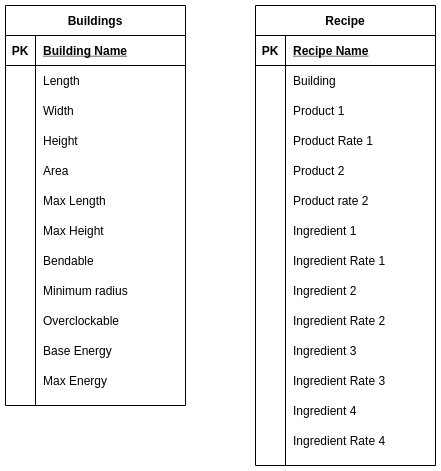
supratikchatterjee16/satisfactory-notebook keeps this draw.io diagram as concepts/raw_data.png. Above is the earlier version. Source tidied: cells renumbered, new cells last; positions are measured from the earlier drawing's top-left corner, leaving out a move shared by most shapes.
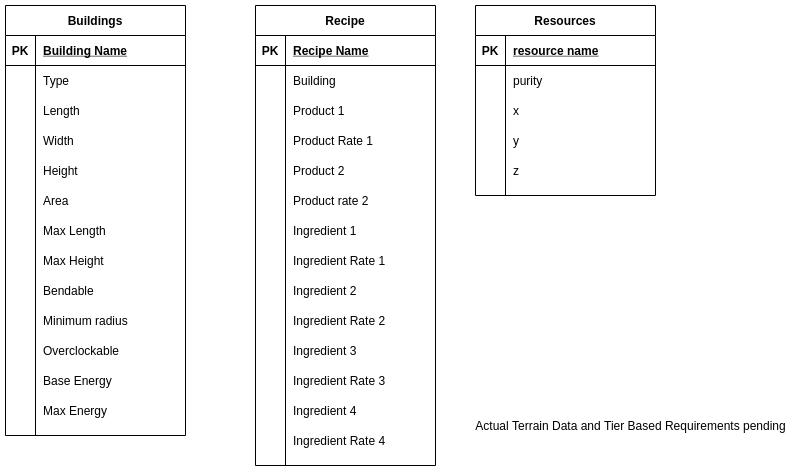
The same diagram one commit later.

Commit message:
Data directory fixes

Change to the diagram source:
```diff
@@ -132,7 +132,7 @@
       <mxGeometry x="30" width="150" height="30" as="geometry" />
     </mxCell>
     <mxCell id="45" value="Buildings" style="shape=table;startSize=30;rowLines=0;fontStyle=1;align=center;" parent="1" vertex="1">
-      <mxGeometry width="180" height="400" as="geometry" />
+      <mxGeometry width="180" height="430" as="geometry" />
     </mxCell>
     <mxCell id="46" style="shape=partialRectangle;fillColor=none;top=0;left=0;bottom=1;right=0;" parent="45" vertex="1">
       <mxGeometry y="30" width="180" height="30" as="geometry" />
@@ -143,8 +143,17 @@
     <mxCell id="48" value="Building Name" style="shape=partialRectangle;fillColor=none;top=0;left=0;bottom=0;right=0;align=left;spacingLeft=6;fontStyle=5;overflow=hidden;" parent="46" vertex="1">
       <mxGeometry x="30" width="150" height="30" as="geometry" />
     </mxCell>
+    <mxCell id="82" style="shape=partialRectangle;fillColor=none;top=0;left=0;bottom=0;right=0;" parent="45" vertex="1">
+      <mxGeometry y="60" width="180" height="30" as="geometry" />
+    </mxCell>
+    <mxCell id="83" style="shape=partialRectangle;fillColor=none;top=0;left=0;bottom=0;right=0;fontStyle=0;overflow=hidden;" parent="82" vertex="1">
+      <mxGeometry width="30" height="30" as="geometry" />
+    </mxCell>
+    <mxCell id="84" value="Type" style="shape=partialRectangle;fillColor=none;top=0;left=0;bottom=0;right=0;align=left;spacingLeft=6;fontStyle=0;overflow=hidden;" parent="82" vertex="1">
+      <mxGeometry x="30" width="150" height="30" as="geometry" />
+    </mxCell>
     <mxCell id="49" style="shape=partialRectangle;fillColor=none;top=0;left=0;bottom=0;right=0;" parent="45" vertex="1">
-      <mxGeometry y="60" width="180" height="30" as="geometry" />
+      <mxGeometry y="90" width="180" height="30" as="geometry" />
     </mxCell>
     <mxCell id="50" style="shape=partialRectangle;fillColor=none;top=0;left=0;bottom=0;right=0;overflow=hidden;" parent="49" vertex="1">
       <mxGeometry width="30" height="30" as="geometry" />
@@ -153,7 +162,7 @@
       <mxGeometry x="30" width="150" height="30" as="geometry" />
     </mxCell>
     <mxCell id="52" style="shape=partialRectangle;fillColor=none;top=0;left=0;bottom=0;right=0;" parent="45" vertex="1">
-      <mxGeometry y="90" width="180" height="30" as="geometry" />
+      <mxGeometry y="120" width="180" height="30" as="geometry" />
     </mxCell>
     <mxCell id="53" style="shape=partialRectangle;fillColor=none;top=0;left=0;bottom=0;right=0;overflow=hidden;" parent="52" vertex="1">
       <mxGeometry width="30" height="30" as="geometry" />
@@ -162,7 +171,7 @@
       <mxGeometry x="30" width="150" height="30" as="geometry" />
     </mxCell>
     <mxCell id="55" style="shape=partialRectangle;fillColor=none;top=0;left=0;bottom=0;right=0;" parent="45" vertex="1">
-      <mxGeometry y="120" width="180" height="30" as="geometry" />
+      <mxGeometry y="150" width="180" height="30" as="geometry" />
     </mxCell>
     <mxCell id="56" style="shape=partialRectangle;fillColor=none;top=0;left=0;bottom=0;right=0;overflow=hidden;" parent="55" vertex="1">
       <mxGeometry width="30" height="30" as="geometry" />
@@ -171,7 +180,7 @@
       <mxGeometry x="30" width="150" height="30" as="geometry" />
     </mxCell>
     <mxCell id="58" style="shape=partialRectangle;fillColor=none;top=0;left=0;bottom=0;right=0;" parent="45" vertex="1">
-      <mxGeometry y="150" width="180" height="30" as="geometry" />
+      <mxGeometry y="180" width="180" height="30" as="geometry" />
     </mxCell>
     <mxCell id="59" style="shape=partialRectangle;fillColor=none;top=0;left=0;bottom=0;right=0;overflow=hidden;" parent="58" vertex="1">
       <mxGeometry width="30" height="30" as="geometry" />
@@ -180,7 +189,7 @@
       <mxGeometry x="30" width="150" height="30" as="geometry" />
     </mxCell>
     <mxCell id="61" style="shape=partialRectangle;fillColor=none;top=0;left=0;bottom=0;right=0;" parent="45" vertex="1">
-      <mxGeometry y="180" width="180" height="30" as="geometry" />
+      <mxGeometry y="210" width="180" height="30" as="geometry" />
     </mxCell>
     <mxCell id="62" style="shape=partialRectangle;fillColor=none;top=0;left=0;bottom=0;right=0;overflow=hidden;" parent="61" vertex="1">
       <mxGeometry width="30" height="30" as="geometry" />
@@ -189,7 +198,7 @@
       <mxGeometry x="30" width="150" height="30" as="geometry" />
     </mxCell>
     <mxCell id="64" style="shape=partialRectangle;fillColor=none;top=0;left=0;bottom=0;right=0;" parent="45" vertex="1">
-      <mxGeometry y="210" width="180" height="30" as="geometry" />
+      <mxGeometry y="240" width="180" height="30" as="geometry" />
     </mxCell>
     <mxCell id="65" style="shape=partialRectangle;fillColor=none;top=0;left=0;bottom=0;right=0;overflow=hidden;" parent="64" vertex="1">
       <mxGeometry width="30" height="30" as="geometry" />
@@ -198,7 +207,7 @@
       <mxGeometry x="30" width="150" height="30" as="geometry" />
     </mxCell>
     <mxCell id="67" style="shape=partialRectangle;fillColor=none;top=0;left=0;bottom=0;right=0;" parent="45" vertex="1">
-      <mxGeometry y="240" width="180" height="30" as="geometry" />
+      <mxGeometry y="270" width="180" height="30" as="geometry" />
     </mxCell>
     <mxCell id="68" style="shape=partialRectangle;fillColor=none;top=0;left=0;bottom=0;right=0;overflow=hidden;" parent="67" vertex="1">
       <mxGeometry width="30" height="30" as="geometry" />
@@ -207,7 +216,7 @@
       <mxGeometry x="30" width="150" height="30" as="geometry" />
     </mxCell>
     <mxCell id="70" style="shape=partialRectangle;fillColor=none;top=0;left=0;bottom=0;right=0;" parent="45" vertex="1">
-      <mxGeometry y="270" width="180" height="30" as="geometry" />
+      <mxGeometry y="300" width="180" height="30" as="geometry" />
     </mxCell>
     <mxCell id="71" style="shape=partialRectangle;fillColor=none;top=0;left=0;bottom=0;right=0;overflow=hidden;" parent="70" vertex="1">
       <mxGeometry width="30" height="30" as="geometry" />
@@ -216,7 +225,7 @@
       <mxGeometry x="30" width="150" height="30" as="geometry" />
     </mxCell>
     <mxCell id="73" style="shape=partialRectangle;fillColor=none;top=0;left=0;bottom=0;right=0;" parent="45" vertex="1">
-      <mxGeometry y="300" width="180" height="30" as="geometry" />
+      <mxGeometry y="330" width="180" height="30" as="geometry" />
     </mxCell>
     <mxCell id="74" style="shape=partialRectangle;fillColor=none;top=0;left=0;bottom=0;right=0;overflow=hidden;" parent="73" vertex="1">
       <mxGeometry width="30" height="30" as="geometry" />
@@ -225,7 +234,7 @@
       <mxGeometry x="30" width="150" height="30" as="geometry" />
     </mxCell>
     <mxCell id="76" style="shape=partialRectangle;fillColor=none;top=0;left=0;bottom=0;right=0;" parent="45" vertex="1">
-      <mxGeometry y="330" width="180" height="30" as="geometry" />
+      <mxGeometry y="360" width="180" height="30" as="geometry" />
     </mxCell>
     <mxCell id="77" style="shape=partialRectangle;fillColor=none;top=0;left=0;bottom=0;right=0;overflow=hidden;" parent="76" vertex="1">
       <mxGeometry width="30" height="30" as="geometry" />
@@ -234,7 +243,7 @@
       <mxGeometry x="30" width="150" height="30" as="geometry" />
     </mxCell>
     <mxCell id="79" style="shape=partialRectangle;fillColor=none;top=0;left=0;bottom=0;right=0;" parent="45" vertex="1">
-      <mxGeometry y="360" width="180" height="30" as="geometry" />
+      <mxGeometry y="390" width="180" height="30" as="geometry" />
     </mxCell>
     <mxCell id="80" style="shape=partialRectangle;fillColor=none;top=0;left=0;bottom=0;right=0;overflow=hidden;" parent="79" vertex="1">
       <mxGeometry width="30" height="30" as="geometry" />
@@ -242,5 +251,56 @@
     <mxCell id="81" value="Max Energy" style="shape=partialRectangle;fillColor=none;top=0;left=0;bottom=0;right=0;align=left;spacingLeft=6;overflow=hidden;" parent="79" vertex="1">
       <mxGeometry x="30" width="150" height="30" as="geometry" />
     </mxCell>
+    <mxCell id="85" value="Resources" style="shape=table;startSize=30;rowLines=0;fontStyle=1;align=center;" parent="1" vertex="1">
+      <mxGeometry x="470" width="180" height="190" as="geometry" />
+    </mxCell>
+    <mxCell id="86" style="shape=partialRectangle;fillColor=none;top=0;left=0;bottom=1;right=0;" parent="85" vertex="1">
+      <mxGeometry y="30" width="180" height="30" as="geometry" />
+    </mxCell>
+    <mxCell id="87" value="PK" style="shape=partialRectangle;fillColor=none;top=0;left=0;bottom=0;right=0;fontStyle=1;overflow=hidden;" parent="86" vertex="1">
+      <mxGeometry width="30" height="30" as="geometry" />
+    </mxCell>
+    <mxCell id="88" value="resource name" style="shape=partialRectangle;fillColor=none;top=0;left=0;bottom=0;right=0;align=left;spacingLeft=6;fontStyle=5;overflow=hidden;" parent="86" vertex="1">
+      <mxGeometry x="30" width="150" height="30" as="geometry" />
+    </mxCell>
+    <mxCell id="89" style="shape=partialRectangle;fillColor=none;top=0;left=0;bottom=0;right=0;" parent="85" vertex="1">
+      <mxGeometry y="60" width="180" height="30" as="geometry" />
+    </mxCell>
+    <mxCell id="90" style="shape=partialRectangle;fillColor=none;top=0;left=0;bottom=0;right=0;overflow=hidden;" parent="89" vertex="1">
+      <mxGeometry width="30" height="30" as="geometry" />
+    </mxCell>
+    <mxCell id="91" value="purity" style="shape=partialRectangle;fillColor=none;top=0;left=0;bottom=0;right=0;align=left;spacingLeft=6;overflow=hidden;" parent="89" vertex="1">
+      <mxGeometry x="30" width="150" height="30" as="geometry" />
+    </mxCell>
+    <mxCell id="92" style="shape=partialRectangle;fillColor=none;top=0;left=0;bottom=0;right=0;" parent="85" vertex="1">
+      <mxGeometry y="90" width="180" height="30" as="geometry" />
+    </mxCell>
+    <mxCell id="93" style="shape=partialRectangle;fillColor=none;top=0;left=0;bottom=0;right=0;overflow=hidden;" parent="92" vertex="1">
+      <mxGeometry width="30" height="30" as="geometry" />
+    </mxCell>
+    <mxCell id="94" value="x" style="shape=partialRectangle;fillColor=none;top=0;left=0;bottom=0;right=0;align=left;spacingLeft=6;overflow=hidden;" parent="92" vertex="1">
+      <mxGeometry x="30" width="150" height="30" as="geometry" />
+    </mxCell>
+    <mxCell id="95" style="shape=partialRectangle;fillColor=none;top=0;left=0;bottom=0;right=0;" parent="85" vertex="1">
+      <mxGeometry y="120" width="180" height="30" as="geometry" />
+    </mxCell>
+    <mxCell id="96" style="shape=partialRectangle;fillColor=none;top=0;left=0;bottom=0;right=0;overflow=hidden;" parent="95" vertex="1">
+      <mxGeometry width="30" height="30" as="geometry" />
+    </mxCell>
+    <mxCell id="97" value="y" style="shape=partialRectangle;fillColor=none;top=0;left=0;bottom=0;right=0;align=left;spacingLeft=6;overflow=hidden;" parent="95" vertex="1">
+      <mxGeometry x="30" width="150" height="30" as="geometry" />
+    </mxCell>
+    <mxCell id="98" style="shape=partialRectangle;fillColor=none;top=0;left=0;bottom=0;right=0;" parent="85" vertex="1">
+      <mxGeometry y="150" width="180" height="30" as="geometry" />
+    </mxCell>
+    <mxCell id="99" style="shape=partialRectangle;fillColor=none;top=0;left=0;bottom=0;right=0;overflow=hidden;" parent="98" vertex="1">
+      <mxGeometry width="30" height="30" as="geometry" />
+    </mxCell>
+    <mxCell id="100" value="z" style="shape=partialRectangle;fillColor=none;top=0;left=0;bottom=0;right=0;align=left;spacingLeft=6;overflow=hidden;" parent="98" vertex="1">
+      <mxGeometry x="30" width="150" height="30" as="geometry" />
+    </mxCell>
+    <mxCell id="101" value="Actual Terrain Data and Tier Based Requirements pending" style="text;html=1;align=center;verticalAlign=middle;strokeColor=none;fillColor=none;" parent="1" vertex="1">
+      <mxGeometry x="460" y="410" width="330" height="20" as="geometry" />
+    </mxCell>
   </root>
 </mxGraphModel>
```
